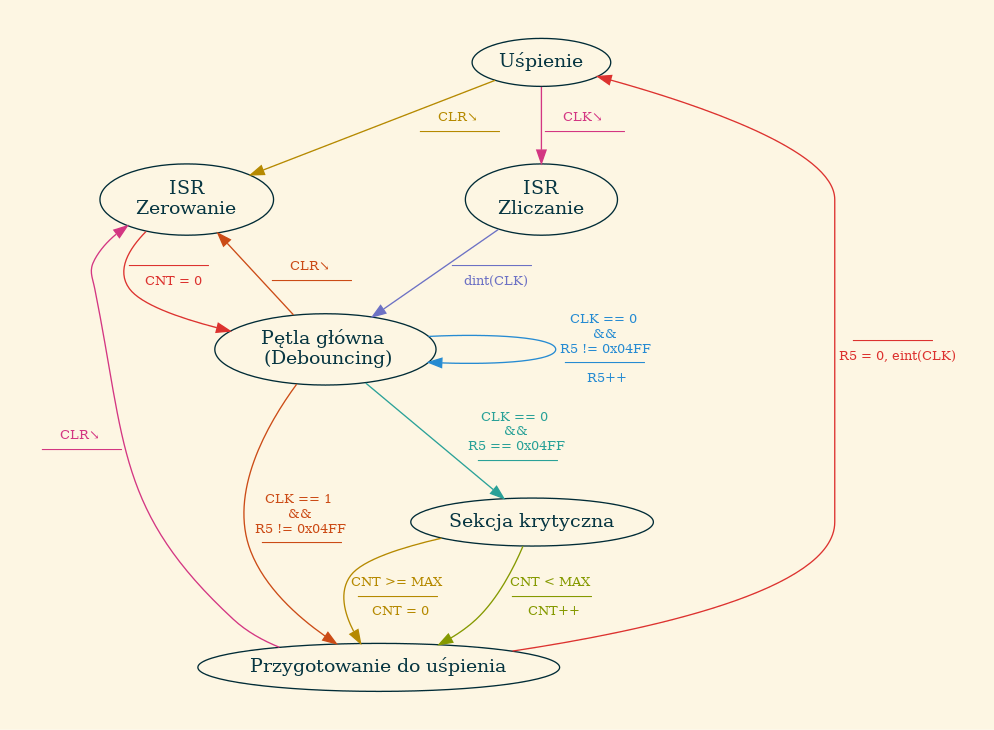
Above: z3/assets/graph.png in dgruszcz/pw-eiti-tm (Graphviz), before the change. Its source is kept beside it as z3/assets/graph.dot. The source it was exported from:
```dot
digraph {
    graph [pad="0.4", nodesep="1.25", bgcolor="#fdf6e3"]
    node [color="#002b36", fontcolor="#073642"]
    edge [fontsize="10"]

    slp  [label="Uśpienie"]
    clr  [label="ISR\nZerowanie"]
    cnt  [label="ISR\nZliczanie"]
    cup  [label="Przygotowanie do uśpienia"]
    pin  [label="Sekcja krytyczna"]
    mlp  [label="Pętla główna \n (Debouncing)"]

    slp -> clr [label="CLR↘ \n ────────── ", color="#b58900", fontcolor="#b58900"]
    mlp -> clr [label="CLR↘ \n ────────── ", color="#cb4b16", fontcolor="#cb4b16"]
    clr -> mlp [label="────────── \n CNT = 0", color="#dc322f", fontcolor="#dc322f"]
    slp -> cnt [label="CLK↘ \n ────────── ", color="#d33682", fontcolor="#d33682"]
    cnt -> mlp [label="────────── \n dint(CLK)", color="#6c71c4", fontcolor="#6c71c4"]
    mlp -> mlp [label="CLK == 0 \n && \n R5 != 0x04FF \n ────────── \n R5++", color="#268bd2", fontcolor="#268bd2"]
    mlp -> pin [label="CLK == 0 \n && \n R5 == 0x04FF \n ──────────", color="#2aa198", fontcolor="#2aa198"]
    pin -> cup [label="CNT < MAX \n ────────── \n CNT++", color="#859900", fontcolor="#859900"]
    pin -> cup [label="CNT >= MAX \n ────────── \n CNT = 0", color="#b58900", fontcolor="#b58900"]
    mlp -> cup [label="CLK == 1 \n && \n R5 != 0x04FF \n ──────────", color="#cb4b16", fontcolor="#cb4b16"]
    cup -> slp [label="────────── \n R5 = 0, eint(CLK)", color="#dc322f", fontcolor="#dc322f"]
    cup -> clr [xlabel="CLR↘ \n ────────── ", color="#d33682", fontcolor="#d33682"]
}
```
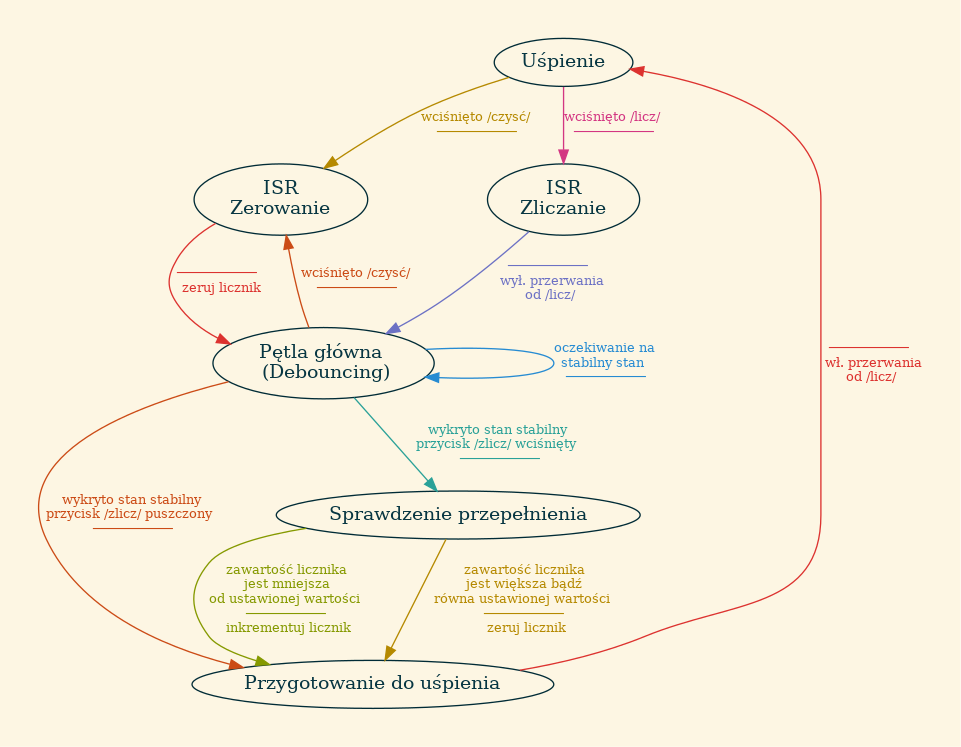
After the commit.

Change to the diagram source:
```diff
@@ -7,19 +7,18 @@
     clr  [label="ISR\nZerowanie"]
     cnt  [label="ISR\nZliczanie"]
     cup  [label="Przygotowanie do uśpienia"]
-    pin  [label="Sekcja krytyczna"]
+    pin  [label="Sprawdzenie przepełnienia"]
     mlp  [label="Pętla główna \n (Debouncing)"]
 
-    slp -> clr [label="CLR↘ \n ────────── ", color="#b58900", fontcolor="#b58900"]
-    mlp -> clr [label="CLR↘ \n ────────── ", color="#cb4b16", fontcolor="#cb4b16"]
-    clr -> mlp [label="────────── \n CNT = 0", color="#dc322f", fontcolor="#dc322f"]
-    slp -> cnt [label="CLK↘ \n ────────── ", color="#d33682", fontcolor="#d33682"]
-    cnt -> mlp [label="────────── \n dint(CLK)", color="#6c71c4", fontcolor="#6c71c4"]
-    mlp -> mlp [label="CLK == 0 \n && \n R5 != 0x04FF \n ────────── \n R5++", color="#268bd2", fontcolor="#268bd2"]
-    mlp -> pin [label="CLK == 0 \n && \n R5 == 0x04FF \n ──────────", color="#2aa198", fontcolor="#2aa198"]
-    pin -> cup [label="CNT < MAX \n ────────── \n CNT++", color="#859900", fontcolor="#859900"]
-    pin -> cup [label="CNT >= MAX \n ────────── \n CNT = 0", color="#b58900", fontcolor="#b58900"]
-    mlp -> cup [label="CLK == 1 \n && \n R5 != 0x04FF \n ──────────", color="#cb4b16", fontcolor="#cb4b16"]
-    cup -> slp [label="────────── \n R5 = 0, eint(CLK)", color="#dc322f", fontcolor="#dc322f"]
-    cup -> clr [xlabel="CLR↘ \n ────────── ", color="#d33682", fontcolor="#d33682"]
+    slp -> clr [label="wciśnięto /czysć/ \n ────────── ", color="#b58900", fontcolor="#b58900"]
+    mlp -> clr [label="wciśnięto /czysć/ \n ────────── ", color="#cb4b16", fontcolor="#cb4b16"]
+    clr -> mlp [label="────────── \n zeruj licznik", color="#dc322f", fontcolor="#dc322f"]
+    slp -> cnt [label="wciśnięto /licz/ \n ────────── ", color="#d33682", fontcolor="#d33682"]
+    cnt -> mlp [label="────────── \n wył. przerwania\nod /licz/", color="#6c71c4", fontcolor="#6c71c4"]
+    mlp -> mlp [label="oczekiwanie na\nstabilny stan \n ──────────", color="#268bd2", fontcolor="#268bd2"]
+    mlp -> pin [label="wykryto stan stabilny\nprzycisk /zlicz/ wciśnięty \n ──────────", color="#2aa198", fontcolor="#2aa198"]
+    pin -> cup [label="zawartość licznika\njest mniejsza\nod ustawionej wartości \n ────────── \n inkrementuj licznik", color="#859900", fontcolor="#859900"]
+    pin -> cup [label="zawartość licznika\njest większa bądź\nrówna ustawionej wartości \n ────────── \n zeruj licznik", color="#b58900", fontcolor="#b58900"]
+    mlp -> cup [label="wykryto stan stabilny\nprzycisk /zlicz/ puszczony \n ──────────", color="#cb4b16", fontcolor="#cb4b16"]
+    cup -> slp [label="────────── \n wł. przerwania\nod /licz/", color="#dc322f", fontcolor="#dc322f"]
 }
```
